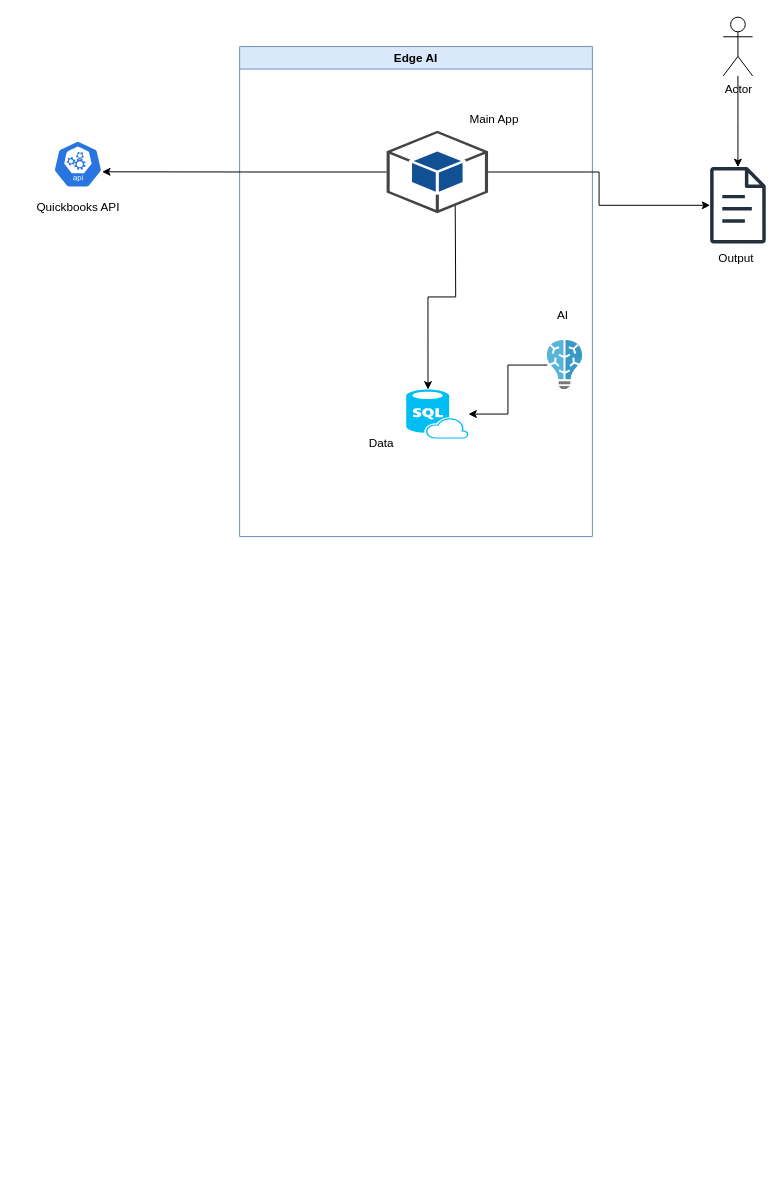
mattwatts36/drawings keeps this draw.io diagram as EdgeAI.drawio. Above is the earlier version. Source tidied: cells renumbered, new cells numbered last; positions are measured from the earlier drawing's top-left corner, leaving out a move shared by most shapes. Both pictures are drawn from the tidied source at 98%, with x=0, y=0 at pixel (53, 17).
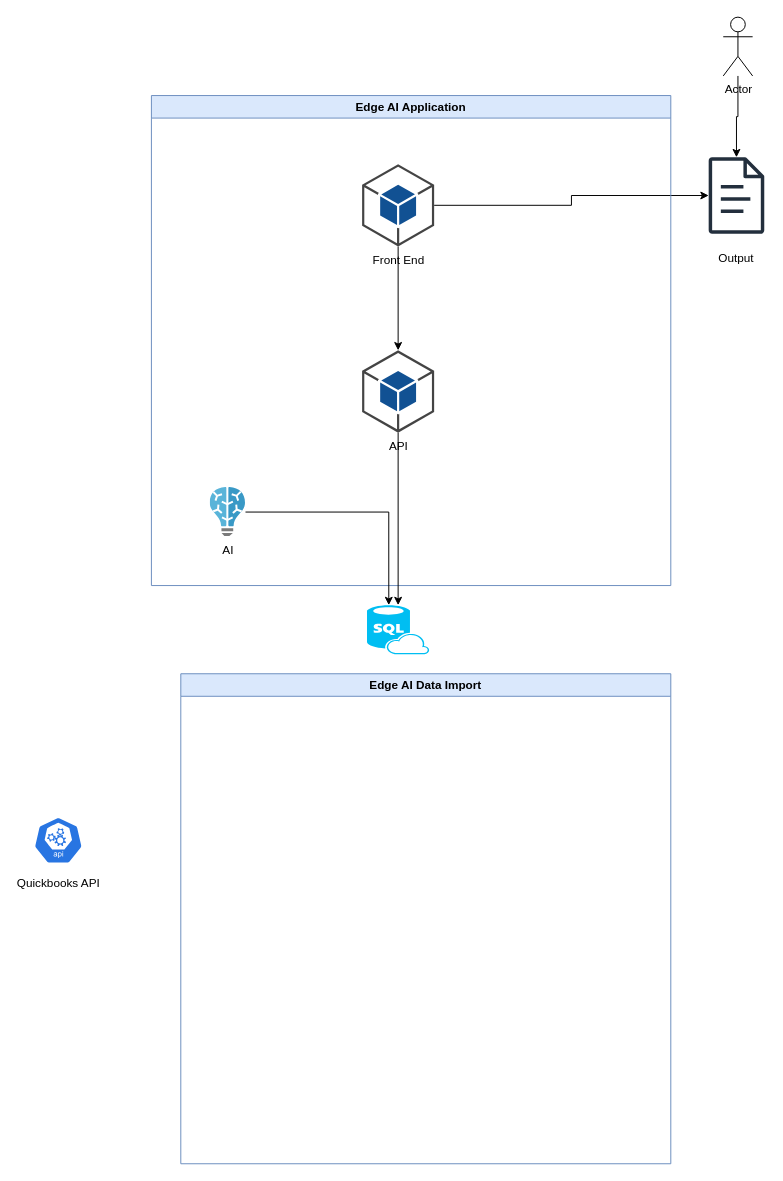
After the change.

Commit message:
Split application and data process

The edit, as a diff of the source:
```diff
@@
 <mxGraphModel>
   <root>
     <mxCell id="0" />
     <mxCell id="1" parent="0" />
-    <mxCell id="2" value="Edge AI" style="swimlane;whiteSpace=wrap;html=1;fillColor=#dae8fc;strokeColor=#6c8ebf;" parent="1" vertex="1">
-      <mxGeometry x="190" y="30" width="360" height="500" as="geometry" />
+    <mxCell id="2" value="Edge AI Data Import" style="swimlane;whiteSpace=wrap;html=1;fillColor=#dae8fc;strokeColor=#6c8ebf;" parent="1" vertex="1">
+      <mxGeometry x="130" y="670" width="500" height="500" as="geometry" />
     </mxCell>
-    <mxCell id="3" style="verticalLabelPosition=bottom;html=1;verticalAlign=top;align=center;strokeColor=none;fillColor=#00BEF2;shape=mxgraph.azure.sql_database_sql_azure;" parent="2" vertex="1">
-      <mxGeometry x="170" y="350" width="63.5" height="50" as="geometry" />
-    </mxCell>
-    <mxCell id="4" style="endArrow=classic;html=1;rounded=0;edgeStyle=orthogonalEdgeStyle;entryX=0.35;entryY=0;entryDx=0;entryDy=0;entryPerimeter=0;" parent="2" edge="1" target="3">
-      <mxGeometry relative="1" as="geometry">
-        <mxPoint x="220" y="160" as="sourcePoint" />
-      </mxGeometry>
-    </mxCell>
-    <mxCell id="5" style="edgeStyle=orthogonalEdgeStyle;rounded=0;jettySize=auto;html=1;" parent="2" edge="1" source="6" target="3">
-      <mxGeometry relative="1" as="geometry" />
-    </mxCell>
-    <mxCell id="6" style="image;sketch=0;html=1;points=[];align=center;fontSize=12;image=img/lib/mscae/Batch_AI.svg;" parent="2" vertex="1">
-      <mxGeometry x="314" y="300" width="36" height="50" as="geometry" />
-    </mxCell>
-    <mxCell id="7" value="Main App" style="text;html=1;strokeColor=none;fillColor=none;align=center;verticalAlign=middle;whiteSpace=wrap;rounded=0;" parent="2" vertex="1">
-      <mxGeometry x="230" y="60" width="60" height="30" as="geometry" />
-    </mxCell>
-    <mxCell id="8" value="AI" style="text;html=1;strokeColor=none;fillColor=none;align=center;verticalAlign=middle;whiteSpace=wrap;rounded=0;" parent="2" vertex="1">
-      <mxGeometry x="300" y="260" width="60" height="30" as="geometry" />
-    </mxCell>
-    <mxCell id="9" style="outlineConnect=0;dashed=0;verticalLabelPosition=bottom;verticalAlign=top;align=center;html=1;shape=mxgraph.aws3.android;fillColor=#115193;gradientColor=none;" parent="2" vertex="1">
-      <mxGeometry x="150" y="86" width="103.5" height="84" as="geometry" />
-    </mxCell>
-    <mxCell id="10" value="Data" style="text;html=1;strokeColor=none;fillColor=none;align=center;verticalAlign=middle;whiteSpace=wrap;rounded=0;" parent="2" vertex="1">
-      <mxGeometry x="115" y="390" width="60" height="30" as="geometry" />
-    </mxCell>
     <mxCell id="11" value="Quickbooks API" style="sketch=0;html=1;dashed=0;whitespace=wrap;fillColor=#2875E2;strokeColor=#ffffff;points=[[0.005,0.63,0],[0.1,0.2,0],[0.9,0.2,0],[0.5,0,0],[0.995,0.63,0],[0.72,0.99,0],[0.5,1,0],[0.28,0.99,0]];verticalLabelPosition=bottom;align=center;verticalAlign=top;shape=mxgraph.kubernetes.icon;prIcon=api;" parent="1" vertex="1">
-      <mxGeometry y="120" width="50" height="60" as="geometry" />
+      <mxGeometry x="-20" y="810" width="50" height="60" as="geometry" />
     </mxCell>
     <mxCell id="12" style="sketch=0;outlineConnect=0;fontColor=#232F3E;gradientColor=none;fillColor=#232F3D;strokeColor=none;dashed=0;verticalLabelPosition=bottom;verticalAlign=top;align=center;html=1;fontSize=12;fontStyle=0;shape=mxgraph.aws4.document;" parent="1" vertex="1">
-      <mxGeometry x="670" y="153" width="57" height="78" as="geometry" />
+      <mxGeometry x="668.5" y="143" width="57" height="78" as="geometry" />
     </mxCell>
-    <mxCell id="13" style="edgeStyle=orthogonalEdgeStyle;rounded=0;jettySize=auto;html=1;" parent="1" edge="1" source="9" target="12">
+    <mxCell id="13" style="edgeStyle=orthogonalEdgeStyle;rounded=0;jettySize=auto;html=1;exitX=1;exitY=0.5;exitDx=0;exitDy=0;exitPerimeter=0;" parent="1" edge="1" source="19" target="12">
       <mxGeometry relative="1" as="geometry" />
     </mxCell>
     <mxCell id="14" style="edgeStyle=orthogonalEdgeStyle;rounded=0;jettySize=auto;html=1;" parent="1" edge="1" source="15" target="12">
       <mxGeometry relative="1" as="geometry" />
     </mxCell>
     <mxCell id="15" value="Actor" style="shape=umlActor;verticalLabelPosition=bottom;verticalAlign=top;html=1;outlineConnect=0;" parent="1" vertex="1">
       <mxGeometry x="683.5" width="30" height="60" as="geometry" />
     </mxCell>
     <mxCell id="16" value="Output" style="text;html=1;strokeColor=none;fillColor=none;align=center;verticalAlign=middle;whiteSpace=wrap;rounded=0;" parent="1" vertex="1">
       <mxGeometry x="667" y="231" width="60" height="30" as="geometry" />
     </mxCell>
-    <mxCell id="17" style="endArrow=classic;html=1;rounded=0;edgeStyle=orthogonalEdgeStyle;entryX=0.995;entryY=0.63;entryDx=0;entryDy=0;entryPerimeter=0;exitX=0;exitY=0.5;exitDx=0;exitDy=0;exitPerimeter=0;" parent="1" edge="1" source="9" target="11">
-      <mxGeometry relative="1" as="geometry" />
-    </mxCell>
+    <mxCell id="18" value="Edge AI Application" style="swimlane;whiteSpace=wrap;html=1;fillColor=#dae8fc;strokeColor=#6c8ebf;" parent="1" vertex="1">
+      <mxGeometry x="100" y="80" width="530" height="500" as="geometry" />
+    </mxCell>
+    <mxCell id="8" value="AI" style="image;sketch=0;html=1;points=[];align=center;fontSize=12;image=img/lib/mscae/Batch_AI.svg;" parent="18" vertex="1">
+      <mxGeometry x="60" y="400" width="36" height="50" as="geometry" />
+    </mxCell>
+    <mxCell id="19" value="Front End" style="outlineConnect=0;dashed=0;verticalLabelPosition=bottom;verticalAlign=top;align=center;html=1;shape=mxgraph.aws3.android;fillColor=#115193;gradientColor=none;" parent="18" vertex="1">
+      <mxGeometry x="215" y="70" width="73.5" height="84" as="geometry" />
+    </mxCell>
+    <mxCell id="20" value="API" style="outlineConnect=0;dashed=0;verticalLabelPosition=bottom;verticalAlign=top;align=center;html=1;shape=mxgraph.aws3.android;fillColor=#115193;gradientColor=none;" parent="18" vertex="1">
+      <mxGeometry x="215" y="260" width="73.5" height="84" as="geometry" />
+    </mxCell>
+    <mxCell id="21" style="edgeStyle=orthogonalEdgeStyle;rounded=0;jettySize=auto;html=1;" parent="18" edge="1" source="19" target="20">
+      <mxGeometry relative="1" as="geometry" />
+    </mxCell>
+    <mxCell id="22" style="verticalLabelPosition=bottom;html=1;verticalAlign=top;align=center;strokeColor=none;fillColor=#00BEF2;shape=mxgraph.azure.sql_database_sql_azure;" parent="1" vertex="1">
+      <mxGeometry x="320" y="600" width="63.5" height="50" as="geometry" />
+    </mxCell>
+    <mxCell id="23" style="edgeStyle=orthogonalEdgeStyle;rounded=0;jettySize=auto;html=1;entryX=0.35;entryY=0;entryDx=0;entryDy=0;entryPerimeter=0;" parent="1" edge="1" source="8" target="22">
+      <mxGeometry relative="1" as="geometry" />
+    </mxCell>
+    <mxCell id="24" style="edgeStyle=orthogonalEdgeStyle;rounded=0;jettySize=auto;html=1;" parent="1" edge="1" source="20" target="22">
+      <mxGeometry relative="1" as="geometry" />
+    </mxCell>
   </root>
 </mxGraphModel>
```
